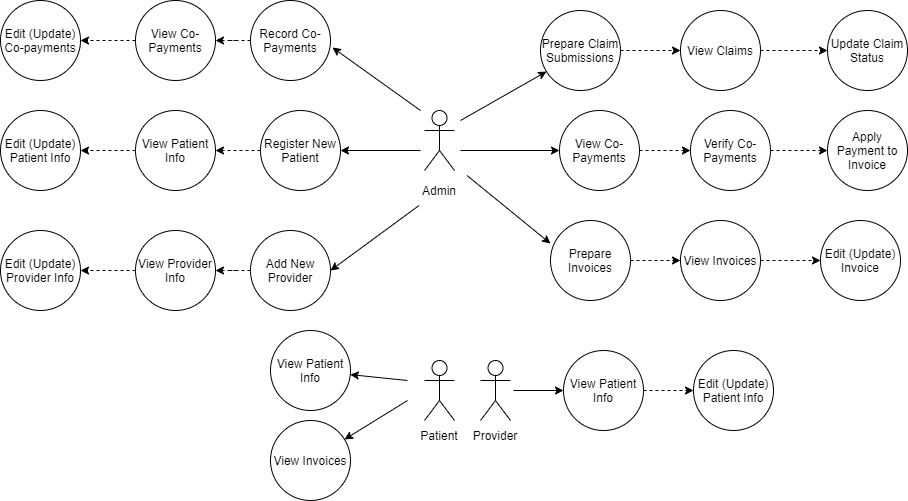
Above: UseCases.png in kayshale/FinalProject (draw.io), before the change. Source tidied: cells renumbered, new cells last; positions are measured from the earlier drawing's top-left corner, leaving out a move shared by most shapes.
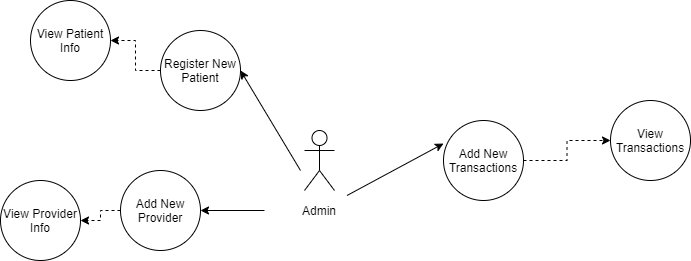
The same diagram one commit later.

What changed in the source:
```diff
@@ -2,154 +2,42 @@
   <root>
     <mxCell id="0" />
     <mxCell id="1" parent="0" />
-    <mxCell id="2" value="Actor" style="shape=umlActor;verticalLabelPosition=bottom;labelBackgroundColor=#ffffff;verticalAlign=top;html=1;fontColor=#FFFFFF;" parent="1" vertex="1">
-      <mxGeometry x="424" y="360" width="30" height="60" as="geometry" />
-    </mxCell>
-    <mxCell id="3" value="Patient" style="text;html=1;strokeColor=none;fillColor=none;align=center;verticalAlign=middle;whiteSpace=wrap;rounded=0;fontColor=#000000;" parent="1" vertex="1">
-      <mxGeometry x="384" y="420" width="110" height="30" as="geometry" />
-    </mxCell>
-    <mxCell id="4" value="Actor" style="shape=umlActor;verticalLabelPosition=bottom;labelBackgroundColor=#ffffff;verticalAlign=top;html=1;fontColor=#FFFFFF;" parent="1" vertex="1">
-      <mxGeometry x="480" y="360" width="30" height="60" as="geometry" />
-    </mxCell>
     <mxCell id="5" value="Actor" style="shape=umlActor;verticalLabelPosition=bottom;labelBackgroundColor=#ffffff;verticalAlign=top;html=1;fontColor=#FFFFFF;" parent="1" vertex="1">
       <mxGeometry x="424" y="110" width="30" height="60" as="geometry" />
     </mxCell>
     <mxCell id="6" value="Admin" style="text;html=1;strokeColor=none;fillColor=none;align=center;verticalAlign=middle;whiteSpace=wrap;rounded=0;fontColor=#000000;" parent="1" vertex="1">
       <mxGeometry x="384" y="175" width="110" height="30" as="geometry" />
     </mxCell>
-    <mxCell id="7" style="edgeStyle=orthogonalEdgeStyle;rounded=0;jettySize=auto;html=1;dashed=1;fontColor=#000000;" parent="1" edge="1" source="8" target="10">
-      <mxGeometry relative="1" as="geometry" />
-    </mxCell>
-    <mxCell id="8" value="Prepare Claim Submissions" style="ellipse;whiteSpace=wrap;html=1;fontColor=#000000;" parent="1" vertex="1">
-      <mxGeometry x="540" y="10" width="80" height="80" as="geometry" />
-    </mxCell>
-    <mxCell id="9" style="edgeStyle=orthogonalEdgeStyle;rounded=0;jettySize=auto;html=1;dashed=1;fontColor=#000000;" parent="1" edge="1" source="10" target="11">
-      <mxGeometry relative="1" as="geometry" />
-    </mxCell>
-    <mxCell id="10" value="View Claims" style="ellipse;whiteSpace=wrap;html=1;fontColor=#000000;" parent="1" vertex="1">
-      <mxGeometry x="680" y="10" width="80" height="80" as="geometry" />
-    </mxCell>
-    <mxCell id="11" value="Update Claim Status" style="ellipse;whiteSpace=wrap;html=1;fontColor=#000000;" parent="1" vertex="1">
-      <mxGeometry x="827" y="10" width="80" height="80" as="geometry" />
-    </mxCell>
     <mxCell id="12" style="edgeStyle=orthogonalEdgeStyle;rounded=0;jettySize=auto;html=1;dashed=1;fontColor=#000000;" parent="1" edge="1" source="13" target="15">
       <mxGeometry relative="1" as="geometry" />
     </mxCell>
-    <mxCell id="13" value="Prepare Invoices" style="ellipse;whiteSpace=wrap;html=1;fontColor=#000000;" parent="1" vertex="1">
-      <mxGeometry x="550" y="220" width="80" height="80" as="geometry" />
+    <mxCell id="13" value="Add New Transactions" style="ellipse;whiteSpace=wrap;html=1;fontColor=#000000;" parent="1" vertex="1">
+      <mxGeometry x="563" y="100" width="80" height="80" as="geometry" />
     </mxCell>
-    <mxCell id="14" style="edgeStyle=orthogonalEdgeStyle;rounded=0;jettySize=auto;html=1;dashed=1;fontColor=#000000;" parent="1" edge="1" source="15" target="16">
-      <mxGeometry relative="1" as="geometry" />
-    </mxCell>
-    <mxCell id="15" value="View Invoices" style="ellipse;whiteSpace=wrap;html=1;fontColor=#000000;" parent="1" vertex="1">
-      <mxGeometry x="680" y="220" width="80" height="80" as="geometry" />
+    <mxCell id="15" value="View Transactions" style="ellipse;whiteSpace=wrap;html=1;fontColor=#000000;" parent="1" vertex="1">
+      <mxGeometry x="730" y="80" width="80" height="80" as="geometry" />
     </mxCell>
-    <mxCell id="16" value="Edit (Update) Invoice" style="ellipse;whiteSpace=wrap;html=1;fontColor=#000000;" parent="1" vertex="1">
-      <mxGeometry x="820" y="220" width="80" height="80" as="geometry" />
-    </mxCell>
-    <mxCell id="17" style="endArrow=classic;html=1;fontColor=#000000;entryX=0.075;entryY=0.763;entryDx=0;entryDy=0;entryPerimeter=0;" parent="1" edge="1" target="8">
-      <mxGeometry relative="1" as="geometry">
-        <mxPoint x="460" y="120" as="sourcePoint" />
-      </mxGeometry>
-    </mxCell>
     <mxCell id="18" style="endArrow=classic;html=1;fontColor=#000000;entryX=0;entryY=0.288;entryDx=0;entryDy=0;entryPerimeter=0;exitX=0.75;exitY=0;exitDx=0;exitDy=0;" parent="1" edge="1" source="6" target="13">
       <mxGeometry relative="1" as="geometry" />
     </mxCell>
-    <mxCell id="19" value="View Co-Payments" style="ellipse;whiteSpace=wrap;html=1;fontColor=#000000;" parent="1" vertex="1">
-      <mxGeometry x="559" y="110" width="80" height="80" as="geometry" />
-    </mxCell>
-    <mxCell id="20" style="edgeStyle=orthogonalEdgeStyle;rounded=0;jettySize=auto;html=1;dashed=1;" parent="1" edge="1" source="21" target="22">
-      <mxGeometry relative="1" as="geometry" />
-    </mxCell>
-    <mxCell id="21" value="Verify Co-Payments" style="ellipse;whiteSpace=wrap;html=1;fontColor=#000000;" parent="1" vertex="1">
-      <mxGeometry x="690" y="110" width="80" height="80" as="geometry" />
-    </mxCell>
-    <mxCell id="22" value="Apply Payment to Invoice" style="ellipse;whiteSpace=wrap;html=1;fontColor=#000000;" parent="1" vertex="1">
-      <mxGeometry x="827" y="110" width="80" height="80" as="geometry" />
-    </mxCell>
-    <mxCell id="23" style="endArrow=classic;html=1;fontColor=#000000;entryX=0;entryY=0.5;entryDx=0;entryDy=0;dashed=1;exitX=1;exitY=0.5;exitDx=0;exitDy=0;" parent="1" edge="1" source="19" target="21">
-      <mxGeometry relative="1" as="geometry" />
-    </mxCell>
-    <mxCell id="24" style="endArrow=classic;html=1;fontColor=#000000;entryX=0;entryY=0.5;entryDx=0;entryDy=0;" parent="1" edge="1" target="19">
-      <mxGeometry relative="1" as="geometry">
-        <mxPoint x="460" y="150" as="sourcePoint" />
-      </mxGeometry>
-    </mxCell>
-    <mxCell id="25" style="edgeStyle=orthogonalEdgeStyle;rounded=0;jettySize=auto;html=1;dashed=1;" parent="1" edge="1" source="26" target="27">
-      <mxGeometry relative="1" as="geometry" />
-    </mxCell>
     <mxCell id="26" value="View Patient Info" style="ellipse;whiteSpace=wrap;html=1;fontColor=#000000;" parent="1" vertex="1">
-      <mxGeometry x="135" y="110" width="80" height="80" as="geometry" />
+      <mxGeometry x="150" y="-20" width="80" height="80" as="geometry" />
     </mxCell>
-    <mxCell id="27" value="Edit (Update) Patient Info" style="ellipse;whiteSpace=wrap;html=1;fontColor=#000000;" parent="1" vertex="1">
-      <mxGeometry y="110" width="80" height="80" as="geometry" />
-    </mxCell>
     <mxCell id="28" style="edgeStyle=orthogonalEdgeStyle;rounded=0;jettySize=auto;html=1;dashed=1;" parent="1" edge="1" source="29" target="26">
       <mxGeometry relative="1" as="geometry" />
     </mxCell>
     <mxCell id="29" value="Register New Patient" style="ellipse;whiteSpace=wrap;html=1;fontColor=#000000;" parent="1" vertex="1">
-      <mxGeometry x="260" y="110" width="80" height="80" as="geometry" />
+      <mxGeometry x="280" y="10" width="80" height="80" as="geometry" />
     </mxCell>
-    <mxCell id="30" style="edgeStyle=orthogonalEdgeStyle;rounded=0;jettySize=auto;html=1;dashed=1;" parent="1" edge="1" source="31" target="33">
-      <mxGeometry relative="1" as="geometry" />
-    </mxCell>
-    <mxCell id="31" value="Record Co-Payments" style="ellipse;whiteSpace=wrap;html=1;fontColor=#000000;" parent="1" vertex="1">
-      <mxGeometry x="250" width="80" height="80" as="geometry" />
-    </mxCell>
-    <mxCell id="32" style="edgeStyle=orthogonalEdgeStyle;rounded=0;jettySize=auto;html=1;dashed=1;" parent="1" edge="1" source="33" target="34">
-      <mxGeometry relative="1" as="geometry" />
-    </mxCell>
-    <mxCell id="33" value="View Co-Payments" style="ellipse;whiteSpace=wrap;html=1;fontColor=#000000;" parent="1" vertex="1">
-      <mxGeometry x="135" width="80" height="80" as="geometry" />
-    </mxCell>
-    <mxCell id="34" value="Edit (Update) Co-payments" style="ellipse;whiteSpace=wrap;html=1;fontColor=#000000;" parent="1" vertex="1">
-      <mxGeometry width="80" height="80" as="geometry" />
-    </mxCell>
-    <mxCell id="35" value="View Patient Info" style="ellipse;whiteSpace=wrap;html=1;fontColor=#000000;" parent="1" vertex="1">
-      <mxGeometry x="270" y="330" width="80" height="80" as="geometry" />
-    </mxCell>
-    <mxCell id="36" style="endArrow=classic;html=1;fontColor=#000000;" parent="1" edge="1" target="37">
-      <mxGeometry relative="1" as="geometry">
-        <mxPoint x="407" y="400" as="sourcePoint" />
-      </mxGeometry>
-    </mxCell>
-    <mxCell id="37" value="View Invoices" style="ellipse;whiteSpace=wrap;html=1;fontColor=#000000;" parent="1" vertex="1">
-      <mxGeometry x="270" y="420" width="80" height="80" as="geometry" />
-    </mxCell>
-    <mxCell id="38" style="endArrow=classic;html=1;fontColor=#000000;" parent="1" edge="1" target="35">
-      <mxGeometry relative="1" as="geometry">
-        <mxPoint x="407" y="380" as="sourcePoint" />
-      </mxGeometry>
-    </mxCell>
-    <mxCell id="39" style="edgeStyle=orthogonalEdgeStyle;rounded=0;jettySize=auto;html=1;dashed=1;" parent="1" edge="1" source="40" target="41">
-      <mxGeometry relative="1" as="geometry" />
-    </mxCell>
     <mxCell id="40" value="View Provider Info" style="ellipse;whiteSpace=wrap;html=1;fontColor=#000000;" parent="1" vertex="1">
-      <mxGeometry x="135" y="230" width="80" height="80" as="geometry" />
+      <mxGeometry x="120" y="160" width="80" height="80" as="geometry" />
     </mxCell>
-    <mxCell id="41" value="Edit (Update) Provider Info" style="ellipse;whiteSpace=wrap;html=1;fontColor=#000000;" parent="1" vertex="1">
-      <mxGeometry y="230" width="80" height="80" as="geometry" />
-    </mxCell>
     <mxCell id="42" style="edgeStyle=orthogonalEdgeStyle;rounded=0;jettySize=auto;html=1;dashed=1;" parent="1" edge="1" source="43" target="40">
       <mxGeometry relative="1" as="geometry" />
     </mxCell>
     <mxCell id="43" value="Add New Provider" style="ellipse;whiteSpace=wrap;html=1;fontColor=#000000;" parent="1" vertex="1">
-      <mxGeometry x="250" y="230" width="80" height="80" as="geometry" />
+      <mxGeometry x="240" y="150" width="80" height="80" as="geometry" />
     </mxCell>
-    <mxCell id="44" value="View Patient Info" style="ellipse;whiteSpace=wrap;html=1;fontColor=#000000;" parent="1" vertex="1">
-      <mxGeometry x="563" y="350" width="80" height="80" as="geometry" />
-    </mxCell>
-    <mxCell id="45" value="Edit (Update) Patient Info" style="ellipse;whiteSpace=wrap;html=1;fontColor=#000000;" parent="1" vertex="1">
-      <mxGeometry x="693" y="350" width="80" height="80" as="geometry" />
-    </mxCell>
-    <mxCell id="46" style="endArrow=classic;html=1;fontColor=#000000;dashed=1;exitX=1;exitY=0.5;exitDx=0;exitDy=0;entryX=0;entryY=0.5;entryDx=0;entryDy=0;" parent="1" edge="1" source="44" target="45">
-      <mxGeometry relative="1" as="geometry" />
-    </mxCell>
-    <mxCell id="47" style="endArrow=classic;html=1;fontColor=#000000;entryX=0;entryY=0.5;entryDx=0;entryDy=0;" parent="1" edge="1" target="44">
-      <mxGeometry relative="1" as="geometry">
-        <mxPoint x="513" y="390" as="sourcePoint" />
-      </mxGeometry>
-    </mxCell>
     <mxCell id="48" style="endArrow=classic;html=1;fontColor=#000000;entryX=1;entryY=0.5;entryDx=0;entryDy=0;" parent="1" edge="1" target="29">
       <mxGeometry relative="1" as="geometry">
         <mxPoint x="420" y="150" as="sourcePoint" />
@@ -158,16 +46,5 @@
     <mxCell id="49" style="endArrow=classic;html=1;fontColor=#000000;entryX=1;entryY=0.5;entryDx=0;entryDy=0;" parent="1" edge="1" source="6" target="43">
       <mxGeometry relative="1" as="geometry" />
     </mxCell>
-    <mxCell id="50" style="endArrow=classic;html=1;fontColor=#000000;entryX=1.025;entryY=0.588;entryDx=0;entryDy=0;entryPerimeter=0;" parent="1" edge="1" target="31">
-      <mxGeometry relative="1" as="geometry">
-        <mxPoint x="420" y="110" as="sourcePoint" />
-      </mxGeometry>
-    </mxCell>
-    <mxCell id="51" value="Provider" style="text;html=1;strokeColor=none;fillColor=none;align=center;verticalAlign=middle;whiteSpace=wrap;rounded=0;fontColor=#000000;" parent="1" vertex="1">
-      <mxGeometry x="440" y="420" width="110" height="30" as="geometry" />
-    </mxCell>
-    <mxCell id="52" style="edgeStyle=orthogonalEdgeStyle;rounded=0;orthogonalLoop=1;jettySize=auto;html=1;exitX=0.5;exitY=1;exitDx=0;exitDy=0;" parent="1" edge="1" source="3" target="3">
-      <mxGeometry relative="1" as="geometry" />
-    </mxCell>
   </root>
 </mxGraphModel>
```
